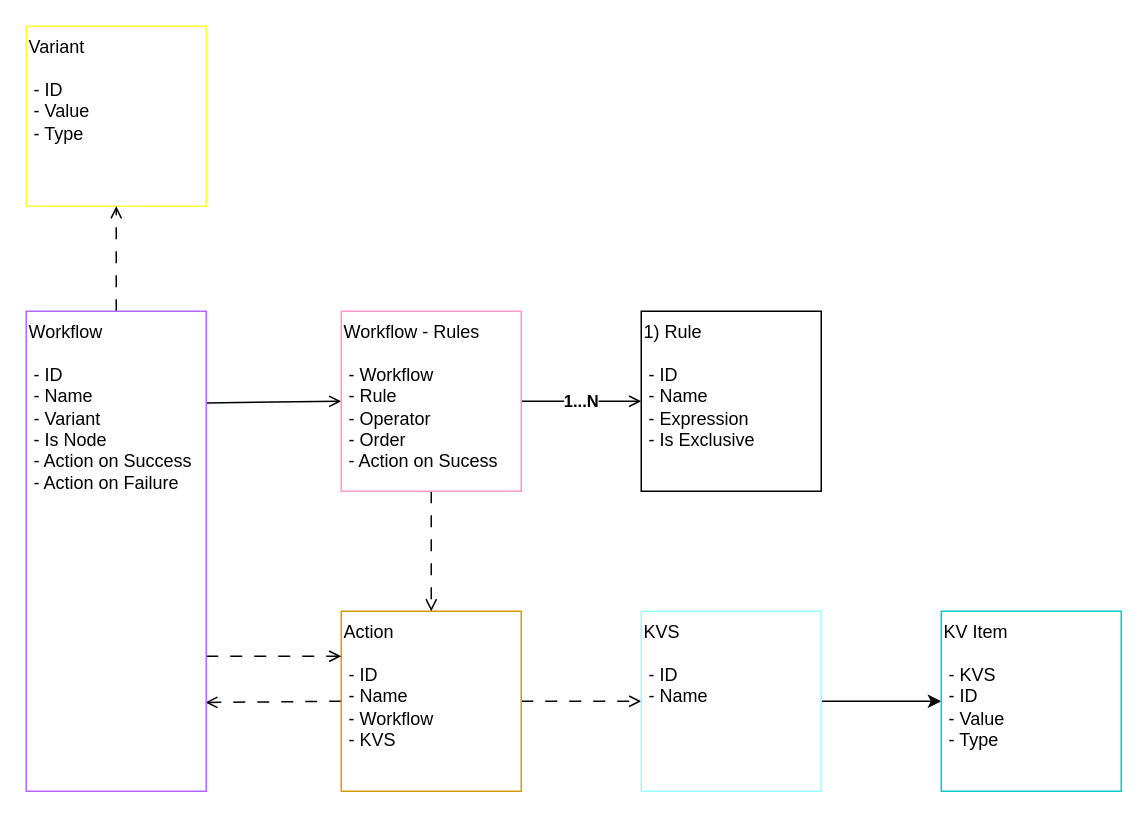
edervzz/nrules keeps this draw.io diagram as page "Connections" (1 of 3) of NRule.drawio. Above is the earlier version. Source tidied: cells renumbered, new cells numbered last; positions are measured from the earlier drawing's top-left corner, leaving out a move shared by most shapes. Both pictures are drawn from the tidied source at 150%, with x=0, y=0 at pixel (26, 26).
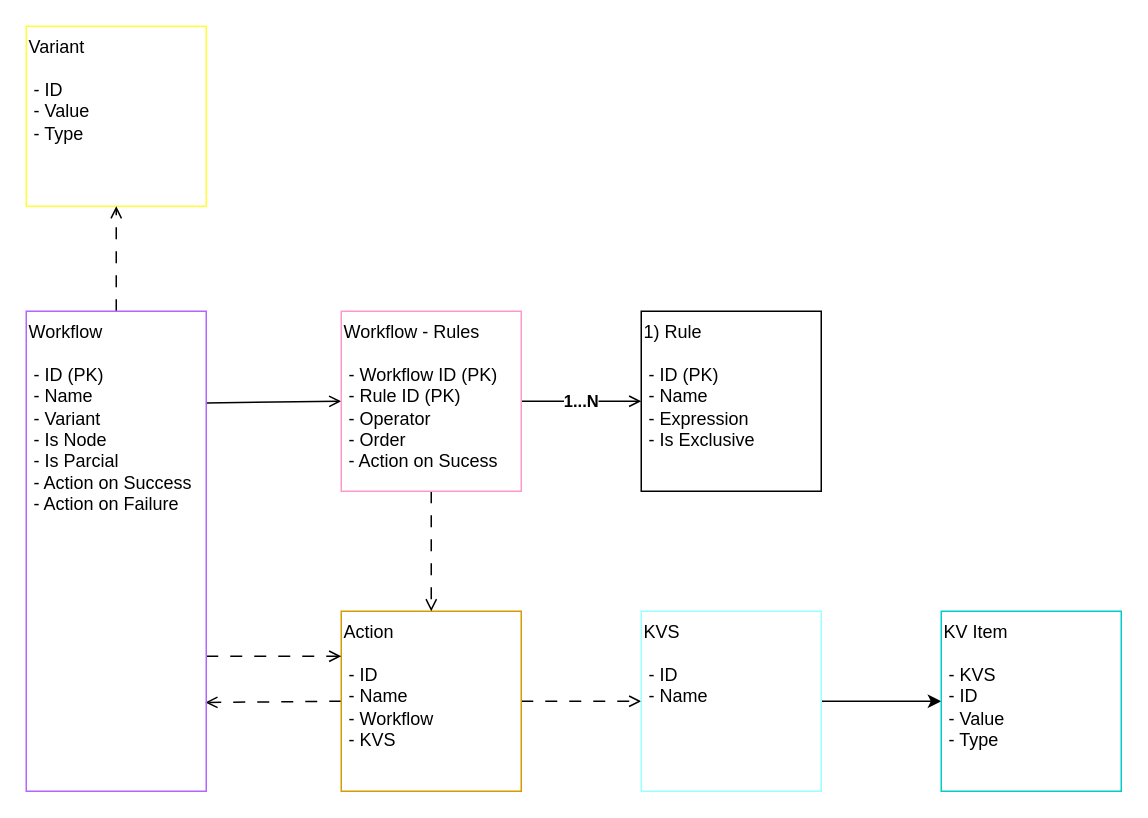
The same page after the edit.

Commit message (it also covers changes not shown here):
✨ workflow is parcial result

The edit, as a diff of the source:
```diff
@@
 <mxGraphModel>
   <root>
     <mxCell id="0" />
     <mxCell id="1" parent="0" />
     <mxCell id="2" style="edgeStyle=none;html=1;dashed=1;endArrow=open;endFill=0;dashPattern=8 8;" parent="1" edge="1" source="4" target="15">
       <mxGeometry relative="1" as="geometry" />
     </mxCell>
     <mxCell id="3" style="edgeStyle=none;html=1;entryX=0.995;entryY=0.815;entryDx=0;entryDy=0;exitX=0;exitY=0.5;exitDx=0;exitDy=0;entryPerimeter=0;endArrow=open;endFill=0;dashed=1;dashPattern=8 8;" parent="1" edge="1" source="4" target="9">
       <mxGeometry relative="1" as="geometry" />
     </mxCell>
     <mxCell id="4" value="Action&lt;br&gt;&lt;br&gt;&amp;nbsp;- ID&lt;br&gt;&amp;nbsp;- Name&lt;br&gt;&amp;nbsp;- Workflow&lt;br&gt;&amp;nbsp;- KVS" style="rounded=0;whiteSpace=wrap;html=1;strokeColor=#d79b00;fillColor=none;gradientColor=#ffa500;align=left;verticalAlign=top;" parent="1" vertex="1">
       <mxGeometry x="210" y="390" width="120" height="120" as="geometry" />
     </mxCell>
     <mxCell id="5" value="Variant&lt;br&gt;&lt;br&gt;&amp;nbsp;- ID&lt;br&gt;&amp;nbsp;- Value&lt;br&gt;&amp;nbsp;- Type" style="rounded=0;whiteSpace=wrap;html=1;strokeColor=#FFFF33;fillColor=none;gradientColor=#ffd966;align=left;verticalAlign=top;" parent="1" vertex="1">
       <mxGeometry width="120" height="120" as="geometry" />
     </mxCell>
     <mxCell id="6" style="edgeStyle=none;html=1;entryX=0;entryY=0.5;entryDx=0;entryDy=0;exitX=0.998;exitY=0.191;exitDx=0;exitDy=0;exitPerimeter=0;endArrow=open;endFill=0;" parent="1" edge="1" source="9" target="13">
       <mxGeometry relative="1" as="geometry" />
     </mxCell>
     <mxCell id="7" style="edgeStyle=none;html=1;entryX=0.5;entryY=1;entryDx=0;entryDy=0;endArrow=open;endFill=0;dashed=1;dashPattern=8 8;" parent="1" edge="1" source="9" target="5">
       <mxGeometry relative="1" as="geometry" />
     </mxCell>
     <mxCell id="8" style="edgeStyle=none;html=1;entryX=0;entryY=0.25;entryDx=0;entryDy=0;dashed=1;dashPattern=8 8;endArrow=open;endFill=0;exitX=1;exitY=0.719;exitDx=0;exitDy=0;exitPerimeter=0;" parent="1" edge="1" source="9" target="4">
       <mxGeometry relative="1" as="geometry" />
     </mxCell>
-    <mxCell id="9" value="Workflow&lt;br&gt;&lt;br&gt;&amp;nbsp;- ID&lt;br&gt;&amp;nbsp;- Name&lt;br&gt;&amp;nbsp;- Variant&lt;br&gt;&amp;nbsp;- Is Node&lt;br&gt;&amp;nbsp;- Action on Success&lt;br&gt;&amp;nbsp;- Action on Failure" style="rounded=0;whiteSpace=wrap;html=1;verticalAlign=top;align=left;fillColor=none;strokeColor=#B266FF;gradientDirection=south;gradientColor=#7ea6e0;" parent="1" vertex="1">
+    <mxCell id="9" value="Workflow&lt;br&gt;&lt;br&gt;&amp;nbsp;- ID (PK)&lt;br&gt;&amp;nbsp;- Name&lt;br&gt;&amp;nbsp;- Variant&lt;br&gt;&amp;nbsp;- Is Node&lt;br&gt;&amp;nbsp;- Is Parcial&lt;br&gt;&amp;nbsp;- Action on Success&lt;br&gt;&amp;nbsp;- Action on Failure" style="rounded=0;whiteSpace=wrap;html=1;verticalAlign=top;align=left;fillColor=none;strokeColor=#B266FF;gradientDirection=south;gradientColor=#7ea6e0;" parent="1" vertex="1">
       <mxGeometry y="190" width="120" height="320" as="geometry" />
     </mxCell>
-    <mxCell id="10" value="1) Rule&lt;br&gt;&lt;br&gt;&amp;nbsp;- ID&lt;br&gt;&amp;nbsp;- Name&lt;br&gt;&amp;nbsp;- Expression&lt;br&gt;&amp;nbsp;- Is Exclusive" style="rounded=0;whiteSpace=wrap;html=1;align=left;verticalAlign=top;" parent="1" vertex="1">
+    <mxCell id="10" value="1) Rule&lt;br&gt;&lt;br&gt;&amp;nbsp;- ID (PK)&lt;br&gt;&amp;nbsp;- Name&lt;br&gt;&amp;nbsp;- Expression&lt;br&gt;&amp;nbsp;- Is Exclusive" style="rounded=0;whiteSpace=wrap;html=1;align=left;verticalAlign=top;" parent="1" vertex="1">
       <mxGeometry x="410" y="190" width="120" height="120" as="geometry" />
     </mxCell>
     <mxCell id="11" value="1...N" style="edgeStyle=none;html=1;fontStyle=1;endArrow=open;endFill=0;" parent="1" edge="1" source="13" target="10">
       <mxGeometry relative="1" as="geometry" />
     </mxCell>
     <mxCell id="12" style="edgeStyle=none;html=1;endArrow=open;endFill=0;dashed=1;dashPattern=8 8;" parent="1" edge="1" source="13" target="4">
       <mxGeometry relative="1" as="geometry" />
     </mxCell>
-    <mxCell id="13" value="Workflow - Rules&lt;br&gt;&lt;br&gt;&amp;nbsp;- Workflow&lt;br&gt;&amp;nbsp;- Rule&lt;br&gt;&amp;nbsp;- Operator&lt;br&gt;&amp;nbsp;- Order&lt;br&gt;&amp;nbsp;- Action on Sucess" style="rounded=0;whiteSpace=wrap;html=1;strokeColor=#FF99CC;fillColor=none;gradientColor=#ffa500;align=left;verticalAlign=top;" parent="1" vertex="1">
+    <mxCell id="13" value="Workflow - Rules&lt;br&gt;&lt;br&gt;&amp;nbsp;- Workflow ID (PK)&lt;br&gt;&amp;nbsp;- Rule ID (PK)&lt;br&gt;&amp;nbsp;- Operator&lt;br&gt;&amp;nbsp;- Order&lt;br&gt;&amp;nbsp;- Action on Sucess" style="rounded=0;whiteSpace=wrap;html=1;strokeColor=#FF99CC;fillColor=none;gradientColor=#ffa500;align=left;verticalAlign=top;" parent="1" vertex="1">
       <mxGeometry x="210" y="190" width="120" height="120" as="geometry" />
     </mxCell>
     <mxCell id="14" style="edgeStyle=none;html=1;" parent="1" edge="1" source="15" target="16">
       <mxGeometry relative="1" as="geometry" />
     </mxCell>
     <mxCell id="15" value="KVS&lt;br&gt;&lt;br&gt;&amp;nbsp;- ID&lt;br&gt;&amp;nbsp;- Name" style="rounded=0;whiteSpace=wrap;html=1;strokeColor=#99FFFF;fillColor=none;gradientColor=#ffa500;align=left;verticalAlign=top;" parent="1" vertex="1">
       <mxGeometry x="410" y="390" width="120" height="120" as="geometry" />
     </mxCell>
     <mxCell id="16" value="KV Item&lt;br&gt;&lt;br&gt;&amp;nbsp;- KVS&lt;br&gt;&amp;nbsp;- ID&lt;br&gt;&amp;nbsp;- Value&lt;br&gt;&amp;nbsp;- Type" style="rounded=0;whiteSpace=wrap;html=1;strokeColor=#00CCCC;fillColor=none;gradientColor=#ffa500;align=left;verticalAlign=top;" parent="1" vertex="1">
       <mxGeometry x="610" y="390" width="120" height="120" as="geometry" />
     </mxCell>
   </root>
 </mxGraphModel>
```
